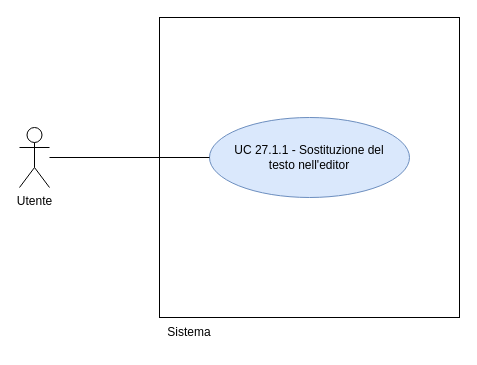
Earlier version of the draw.io diagram RTB/doc_esterna/analisi-dei-requisiti/assets/draw.io/UC27.1.1.drawio (thebitless-group-swe/thebitless.github.io). Source tidied: cells renumbered, new cells numbered last; positions are measured from the earlier drawing's top-left corner, leaving out a move shared by most shapes. Both pictures are drawn from the tidied source at 100%, with x=0, y=0 at pixel (19, 17).
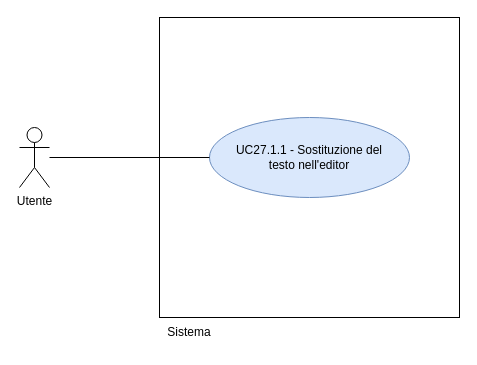
After the change.

Diff of the diagram source:
```diff
@@
 <mxGraphModel>
   <root>
     <mxCell id="0" />
     <mxCell id="1" parent="0" />
     <mxCell id="2" style="whiteSpace=wrap;html=1;" parent="1" vertex="1">
       <mxGeometry x="140" width="300" height="300" as="geometry" />
     </mxCell>
     <mxCell id="3" value="Sistema" style="text;html=1;whiteSpace=wrap;strokeColor=none;fillColor=none;align=center;verticalAlign=middle;rounded=0;" parent="1" vertex="1">
       <mxGeometry x="140" y="300" width="60" height="30" as="geometry" />
     </mxCell>
     <mxCell id="4" value="Utente" style="shape=umlActor;verticalLabelPosition=bottom;verticalAlign=top;html=1;outlineConnect=0;" parent="1" vertex="1">
       <mxGeometry y="110" width="30" height="60" as="geometry" />
     </mxCell>
-    <mxCell id="5" value="UC 27.1.1 - Sostituzione del&lt;br&gt;testo nell'editor" style="ellipse;whiteSpace=wrap;html=1;fillColor=#dae8fc;strokeColor=#6c8ebf;" parent="1" vertex="1">
+    <mxCell id="5" value="UC27.1.1 - Sostituzione del&lt;br&gt;testo nell'editor" style="ellipse;whiteSpace=wrap;html=1;fillColor=#dae8fc;strokeColor=#6c8ebf;" parent="1" vertex="1">
       <mxGeometry x="190" y="100" width="200" height="80" as="geometry" />
     </mxCell>
     <mxCell id="6" style="edgeStyle=none;rounded=0;jettySize=auto;html=1;endArrow=none;endFill=0;" parent="1" edge="1" source="4" target="5">
       <mxGeometry relative="1" as="geometry" />
     </mxCell>
   </root>
 </mxGraphModel>
```
